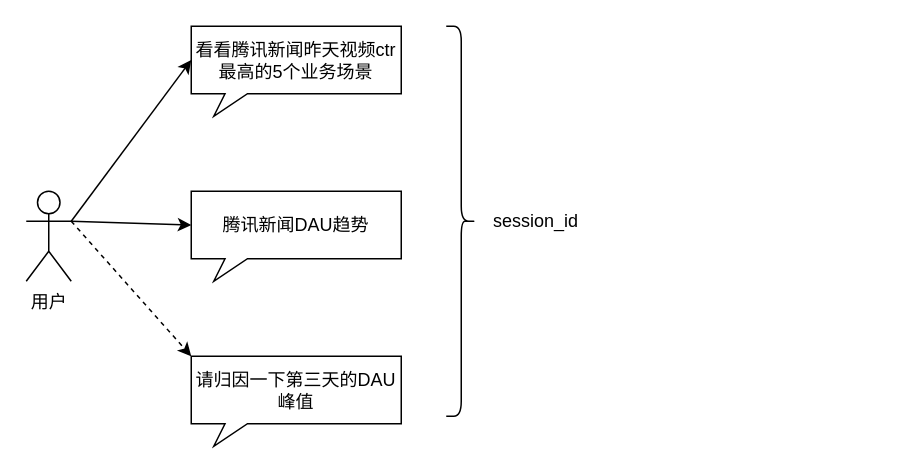
The draw.io diagram llm_multi_round.drawio in learn2Pro/draw_io_save, before the edit. Source tidied: cells renumbered, new cells numbered last; positions are measured from the earlier drawing's top-left corner, leaving out a move shared by most shapes. Both pictures are drawn from the tidied source at 150%, with x=0, y=0 at pixel (26, 26).
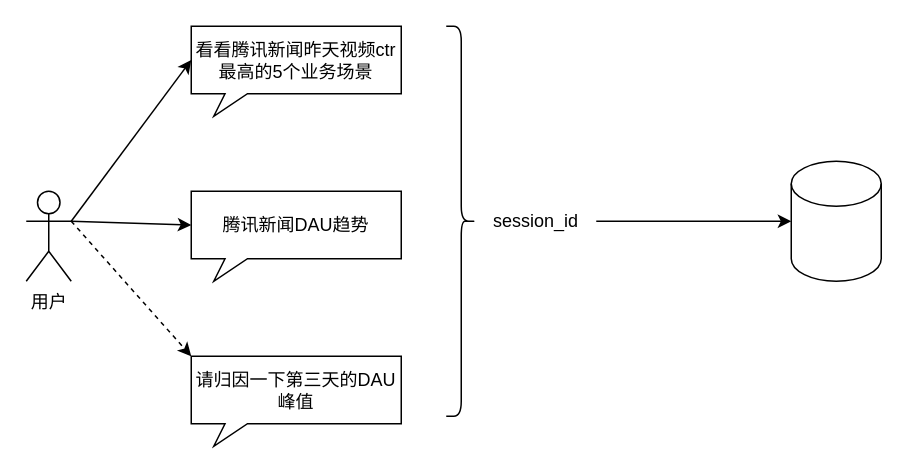
The same diagram, later.

What changed in the source:
```diff
@@
 <mxGraphModel>
   <root>
     <mxCell id="0" />
     <mxCell id="1" parent="0" />
     <mxCell id="2" value="看看腾讯新闻昨天视频ctr最高的5个业务场景" style="whiteSpace=wrap;html=1;shape=mxgraph.basic.rectCallout;dx=30;dy=15;boundedLbl=1;" parent="1" vertex="1">
       <mxGeometry x="110" width="140" height="60" as="geometry" />
     </mxCell>
     <mxCell id="3" value="腾讯新闻DAU趋势" style="whiteSpace=wrap;html=1;shape=mxgraph.basic.rectCallout;dx=30;dy=15;boundedLbl=1;" parent="1" vertex="1">
       <mxGeometry x="110" y="110" width="140" height="60" as="geometry" />
     </mxCell>
     <mxCell id="4" value="请归因一下第三天的DAU峰值" style="whiteSpace=wrap;html=1;shape=mxgraph.basic.rectCallout;dx=30;dy=15;boundedLbl=1;" parent="1" vertex="1">
       <mxGeometry x="110" y="220" width="140" height="60" as="geometry" />
     </mxCell>
     <mxCell id="5" value="用户" style="shape=umlActor;verticalLabelPosition=bottom;verticalAlign=top;html=1;" parent="1" vertex="1">
       <mxGeometry y="110" width="30" height="60" as="geometry" />
     </mxCell>
     <mxCell id="6" style="endArrow=classic;html=1;rounded=0;entryX=0;entryY=0;entryDx=0;entryDy=22.5;entryPerimeter=0;exitX=1;exitY=0.3333333333333333;exitDx=0;exitDy=0;exitPerimeter=0;" parent="1" edge="1" source="5" target="2">
       <mxGeometry relative="1" as="geometry" />
     </mxCell>
     <mxCell id="7" style="endArrow=classic;html=1;rounded=0;entryX=0;entryY=0;entryDx=0;entryDy=22.5;entryPerimeter=0;exitX=1;exitY=0.3333333333333333;exitDx=0;exitDy=0;exitPerimeter=0;" parent="1" edge="1" source="5" target="3">
       <mxGeometry relative="1" as="geometry" />
     </mxCell>
     <mxCell id="8" style="endArrow=classic;html=1;rounded=0;entryX=0;entryY=0;entryDx=0;entryDy=0;entryPerimeter=0;exitX=1;exitY=0.3333333333333333;exitDx=0;exitDy=0;exitPerimeter=0;dashed=1;" parent="1" edge="1" source="5" target="4">
       <mxGeometry relative="1" as="geometry" />
     </mxCell>
     <mxCell id="9" style="shape=curlyBracket;whiteSpace=wrap;html=1;rounded=1;flipH=1;labelPosition=right;verticalLabelPosition=middle;align=left;verticalAlign=middle;" parent="1" vertex="1">
       <mxGeometry x="280" width="20" height="260" as="geometry" />
     </mxCell>
     <mxCell id="10" value="session_id" style="text;html=1;strokeColor=none;fillColor=none;align=center;verticalAlign=middle;whiteSpace=wrap;rounded=0;" parent="1" vertex="1">
       <mxGeometry x="300" y="115" width="80" height="30" as="geometry" />
     </mxCell>
+    <mxCell id="11" style="shape=cylinder3;whiteSpace=wrap;html=1;boundedLbl=1;backgroundOutline=1;size=15;" parent="1" vertex="1">
+      <mxGeometry x="510" y="90" width="60" height="80" as="geometry" />
+    </mxCell>
+    <mxCell id="12" style="endArrow=classic;html=1;rounded=0;exitX=1;exitY=0.5;exitDx=0;exitDy=0;entryX=0;entryY=0.5;entryDx=0;entryDy=0;entryPerimeter=0;" parent="1" edge="1" source="10" target="11">
+      <mxGeometry relative="1" as="geometry" />
+    </mxCell>
   </root>
 </mxGraphModel>
```
